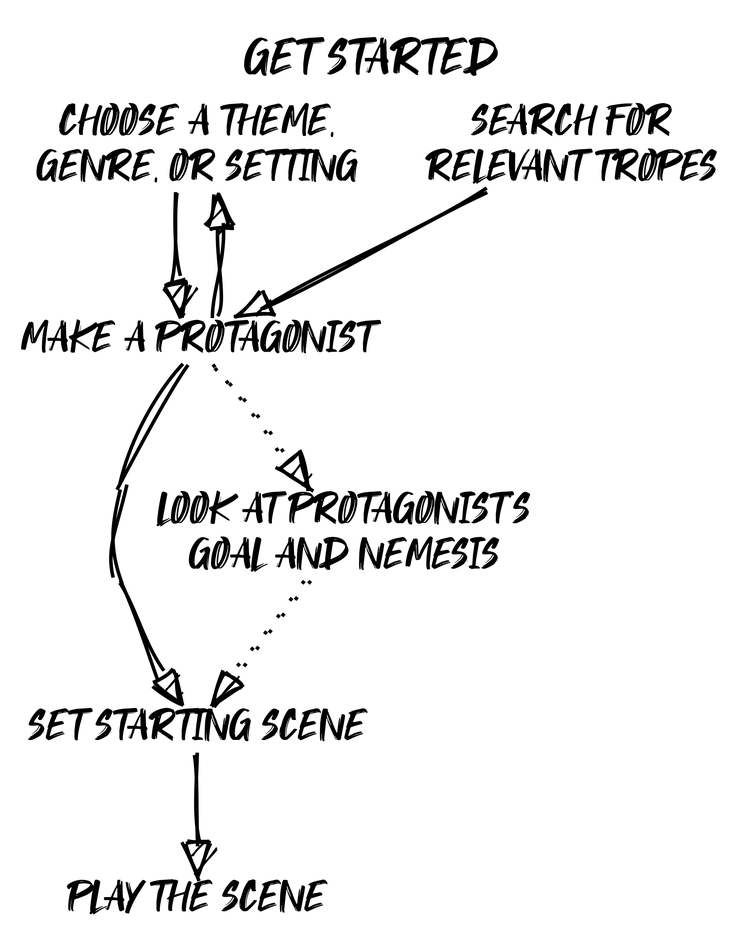
Above: en/diagrams/get_started.png in zeruhur/loner (Graphviz), before the change. Its source is kept beside it as en/diagrams/get_started.dot.
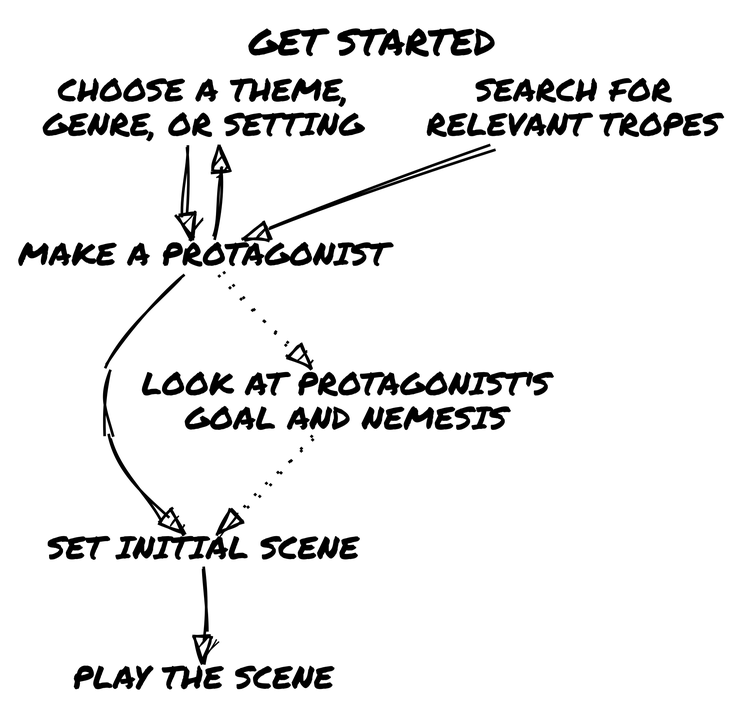
Later version of the same file.

What changed in the source:
```diff
@@ -1,12 +1,12 @@
 digraph get_started {
     label = "GET STARTED";
     labelloc="t";
-    fontname="Takota";
+    fontname="Permanent Marker";
     node [shape="plain", style = "rounded",
-    fontname="Takota", fontsize=12]
+    fontname="Permanent Marker", fontsize=12]
     st1 [label = "CHOOSE A THEME, \n GENRE, OR SETTING"];
     st2 [label = "SEARCH FOR \n RELEVANT TROPES"];
-    id1 [label = "SET STARTING SCENE"];
+    id1 [label = "SET INITIAL SCENE"];
     pg1 [label = "MAKE A PROTAGONIST"];
     pg2 [label = "LOOK AT PROTAGONIST'S \n GOAL AND NEMESIS"];
     id2 [label = "PLAY THE SCENE"];
```
